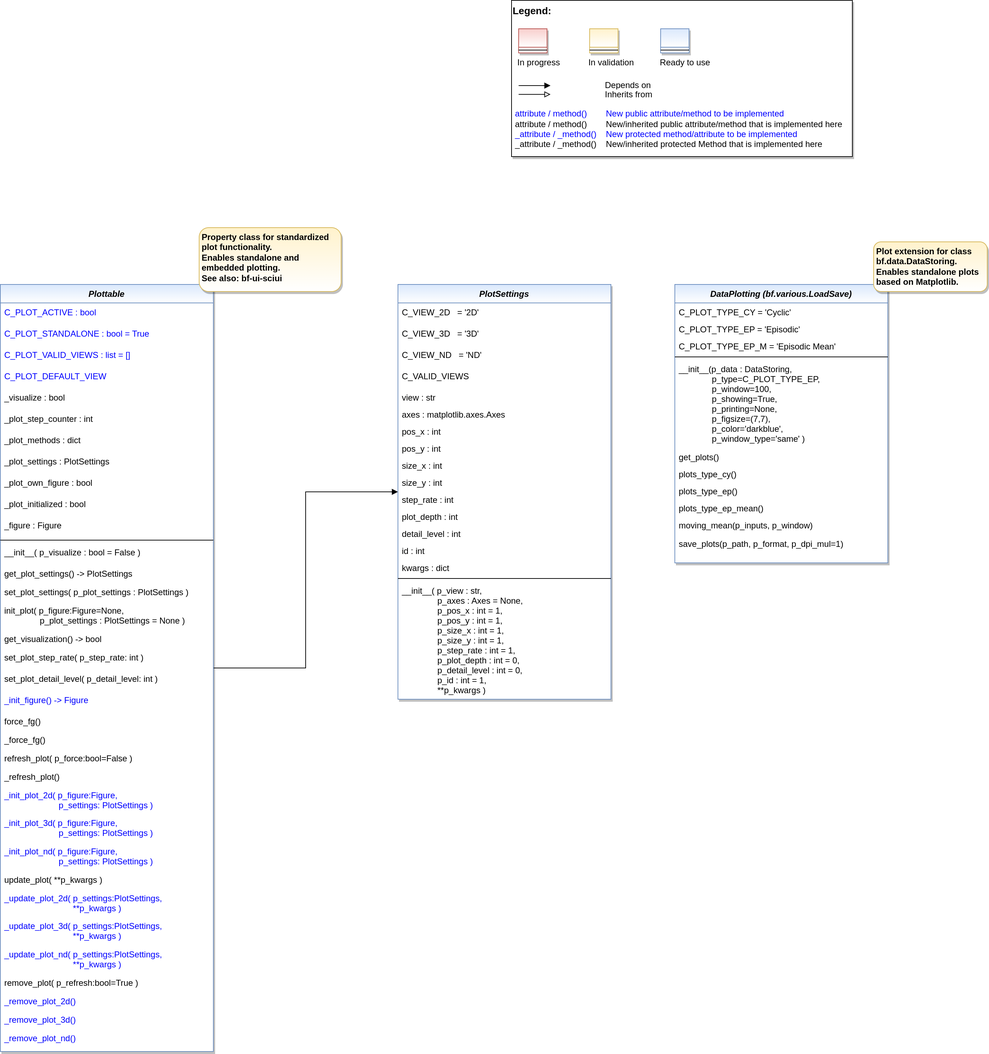
This is doc/rtd/content/99_appendices/appendix2/sub/core/mlpro_bf/layer0_elementary/images/MLPro-BF-Plot_class_diagram.drawio.png from fhswf/MLPro, a draw.io export, as it was before one commit. Source tidied: cells renumbered, new cells last; positions are measured from the earlier drawing's top-left corner, leaving out a move shared by most shapes.
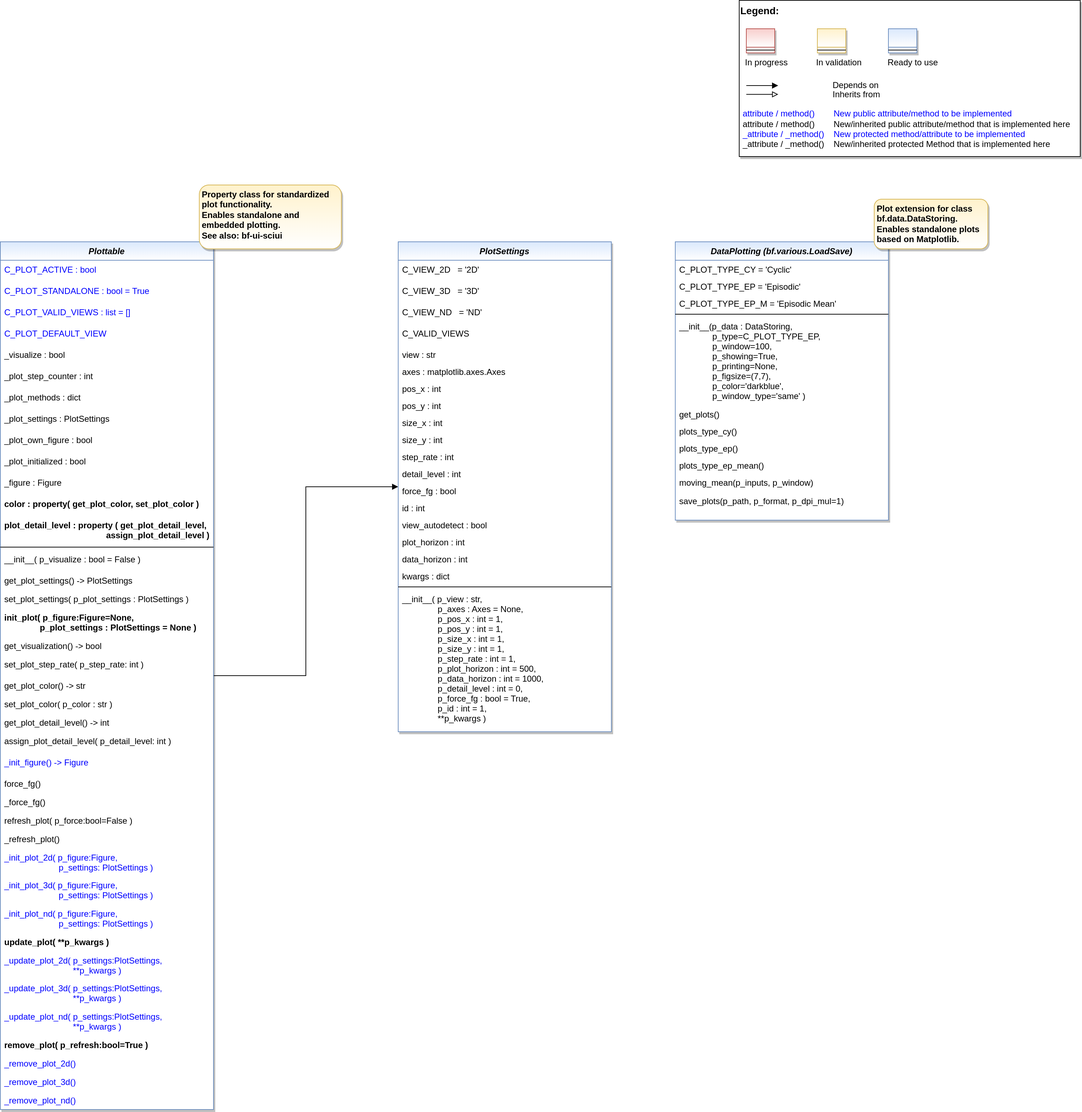
Above is the later version.

What changed in the source:
```diff
@@ -6,7 +6,7 @@
       <mxGeometry relative="1" as="geometry" />
     </mxCell>
     <mxCell id="3" value="Plottable" style="swimlane;fontStyle=3;align=center;verticalAlign=top;horizontal=1;startSize=26;rounded=0;shadow=1;strokeWidth=1;fillColor=#dae8fc;strokeColor=#6c8ebf;swimlaneFillColor=#FFFFFF;gradientColor=#FFFFFF;" parent="1" vertex="1">
-      <mxGeometry y="400" width="300" height="1080" as="geometry" />
+      <mxGeometry y="400" width="300" height="1222" as="geometry" />
     </mxCell>
     <mxCell id="4" value="C_PLOT_ACTIVE : bool " style="text;align=left;verticalAlign=top;spacingLeft=4;spacingRight=4;overflow=hidden;fontColor=#0000FF;" parent="3" vertex="1">
       <mxGeometry y="26" width="300" height="30" as="geometry" />
@@ -41,80 +41,95 @@
     <mxCell id="14" value="_figure : Figure" style="text;align=left;verticalAlign=top;spacingLeft=4;spacingRight=4;overflow=hidden;fontColor=default;" parent="3" vertex="1">
       <mxGeometry y="326" width="300" height="30" as="geometry" />
     </mxCell>
+    <mxCell id="81" value="color : property( get_plot_color, set_plot_color )" style="text;align=left;verticalAlign=top;spacingLeft=4;spacingRight=4;overflow=hidden;fontColor=default;fontStyle=1;" parent="3" vertex="1">
+      <mxGeometry y="356" width="300" height="30" as="geometry" />
+    </mxCell>
+    <mxCell id="82" value="plot_detail_level : property ( get_plot_detail_level,&#10;                                           assign_plot_detail_level )" style="text;align=left;verticalAlign=top;spacingLeft=4;spacingRight=4;overflow=hidden;fontColor=default;fontStyle=1;" parent="3" vertex="1">
+      <mxGeometry y="386" width="300" height="40" as="geometry" />
+    </mxCell>
     <mxCell id="15" style="line;html=1;strokeWidth=1;align=left;verticalAlign=middle;spacingTop=-1;spacingLeft=3;spacingRight=3;labelPosition=right;" parent="3" vertex="1">
-      <mxGeometry y="356" width="300" height="8" as="geometry" />
+      <mxGeometry y="426" width="300" height="8" as="geometry" />
     </mxCell>
     <mxCell id="16" value="__init__( p_visualize : bool = False )" style="text;align=left;verticalAlign=top;spacingLeft=4;spacingRight=4;overflow=hidden;fontColor=default;" parent="3" vertex="1">
-      <mxGeometry y="364" width="300" height="30" as="geometry" />
+      <mxGeometry y="434" width="300" height="30" as="geometry" />
     </mxCell>
     <mxCell id="17" value="get_plot_settings() -&gt; PlotSettings" style="text;align=left;verticalAlign=top;spacingLeft=4;spacingRight=4;overflow=hidden;fontColor=default;" parent="3" vertex="1">
-      <mxGeometry y="394" width="300" height="26" as="geometry" />
+      <mxGeometry y="464" width="300" height="26" as="geometry" />
     </mxCell>
     <mxCell id="18" value="set_plot_settings( p_plot_settings : PlotSettings )" style="text;align=left;verticalAlign=top;spacingLeft=4;spacingRight=4;overflow=hidden;fontColor=default;" parent="3" vertex="1">
-      <mxGeometry y="420" width="300" height="26" as="geometry" />
+      <mxGeometry y="490" width="300" height="26" as="geometry" />
     </mxCell>
-    <mxCell id="19" value="init_plot( p_figure:Figure=None, &#10;               p_plot_settings : PlotSettings = None )" style="text;align=left;verticalAlign=top;spacingLeft=4;spacingRight=4;overflow=hidden;fontColor=default;" parent="3" vertex="1">
-      <mxGeometry y="446" width="300" height="40" as="geometry" />
+    <mxCell id="19" value="init_plot( p_figure:Figure=None, &#10;               p_plot_settings : PlotSettings = None )" style="text;align=left;verticalAlign=top;spacingLeft=4;spacingRight=4;overflow=hidden;fontColor=default;fontStyle=1;" parent="3" vertex="1">
+      <mxGeometry y="516" width="300" height="40" as="geometry" />
     </mxCell>
     <mxCell id="20" value="get_visualization() -&gt; bool" style="text;align=left;verticalAlign=top;spacingLeft=4;spacingRight=4;overflow=hidden;fontColor=default;" parent="3" vertex="1">
-      <mxGeometry y="486" width="300" height="26" as="geometry" />
+      <mxGeometry y="556" width="300" height="26" as="geometry" />
     </mxCell>
     <mxCell id="21" value="set_plot_step_rate( p_step_rate: int )" style="text;align=left;verticalAlign=top;spacingLeft=4;spacingRight=4;overflow=hidden;fontColor=default;" parent="3" vertex="1">
-      <mxGeometry y="512" width="300" height="30" as="geometry" />
+      <mxGeometry y="582" width="300" height="30" as="geometry" />
     </mxCell>
+    <mxCell id="83" value="get_plot_color() -&gt; str" style="text;align=left;verticalAlign=top;spacingLeft=4;spacingRight=4;overflow=hidden;fontColor=default;" parent="3" vertex="1">
+      <mxGeometry y="612" width="300" height="26" as="geometry" />
+    </mxCell>
+    <mxCell id="84" value="set_plot_color( p_color : str )" style="text;align=left;verticalAlign=top;spacingLeft=4;spacingRight=4;overflow=hidden;fontColor=default;" parent="3" vertex="1">
+      <mxGeometry y="638" width="300" height="26" as="geometry" />
+    </mxCell>
+    <mxCell id="85" value="get_plot_detail_level() -&gt; int" style="text;align=left;verticalAlign=top;spacingLeft=4;spacingRight=4;overflow=hidden;fontColor=default;" parent="3" vertex="1">
+      <mxGeometry y="664" width="300" height="26" as="geometry" />
+    </mxCell>
-    <mxCell id="22" value="set_plot_detail_level( p_detail_level: int )" style="text;align=left;verticalAlign=top;spacingLeft=4;spacingRight=4;overflow=hidden;fontColor=default;" parent="3" vertex="1">
-      <mxGeometry y="542" width="300" height="30" as="geometry" />
+    <mxCell id="22" value="assign_plot_detail_level( p_detail_level: int )" style="text;align=left;verticalAlign=top;spacingLeft=4;spacingRight=4;overflow=hidden;fontColor=default;" parent="3" vertex="1">
+      <mxGeometry y="690" width="300" height="30" as="geometry" />
     </mxCell>
     <mxCell id="23" value="_init_figure() -&gt; Figure" style="text;align=left;verticalAlign=top;spacingLeft=4;spacingRight=4;overflow=hidden;fontColor=#0000FF;" parent="3" vertex="1">
-      <mxGeometry y="572" width="300" height="30" as="geometry" />
+      <mxGeometry y="720" width="300" height="30" as="geometry" />
     </mxCell>
     <mxCell id="24" value="force_fg()" style="text;align=left;verticalAlign=top;spacingLeft=4;spacingRight=4;overflow=hidden;fontColor=default;" parent="3" vertex="1">
-      <mxGeometry y="602" width="300" height="26" as="geometry" />
+      <mxGeometry y="750" width="300" height="26" as="geometry" />
     </mxCell>
     <mxCell id="25" value="_force_fg()" style="text;align=left;verticalAlign=top;spacingLeft=4;spacingRight=4;overflow=hidden;fontColor=default;" parent="3" vertex="1">
-      <mxGeometry y="628" width="300" height="26" as="geometry" />
+      <mxGeometry y="776" width="300" height="26" as="geometry" />
     </mxCell>
     <mxCell id="26" value="refresh_plot( p_force:bool=False )" style="text;align=left;verticalAlign=top;spacingLeft=4;spacingRight=4;overflow=hidden;fontColor=default;" parent="3" vertex="1">
-      <mxGeometry y="654" width="300" height="26" as="geometry" />
+      <mxGeometry y="802" width="300" height="26" as="geometry" />
     </mxCell>
     <mxCell id="27" value="_refresh_plot()" style="text;align=left;verticalAlign=top;spacingLeft=4;spacingRight=4;overflow=hidden;fontColor=default;" parent="3" vertex="1">
-      <mxGeometry y="680" width="300" height="26" as="geometry" />
+      <mxGeometry y="828" width="300" height="26" as="geometry" />
     </mxCell>
     <mxCell id="28" value="_init_plot_2d( p_figure:Figure, &#10;                       p_settings: PlotSettings )" style="text;align=left;verticalAlign=top;spacingLeft=4;spacingRight=4;overflow=hidden;fontColor=#0000FF;" parent="3" vertex="1">
-      <mxGeometry y="706" width="300" height="39" as="geometry" />
+      <mxGeometry y="854" width="300" height="39" as="geometry" />
     </mxCell>
     <mxCell id="29" value="_init_plot_3d( p_figure:Figure, &#10;                       p_settings: PlotSettings )" style="text;align=left;verticalAlign=top;spacingLeft=4;spacingRight=4;overflow=hidden;fontColor=#0000FF;" parent="3" vertex="1">
-      <mxGeometry y="745" width="300" height="40" as="geometry" />
+      <mxGeometry y="893" width="300" height="40" as="geometry" />
     </mxCell>
     <mxCell id="30" value="_init_plot_nd( p_figure:Figure, &#10;                       p_settings: PlotSettings )" style="text;align=left;verticalAlign=top;spacingLeft=4;spacingRight=4;overflow=hidden;fontColor=#0000FF;" parent="3" vertex="1">
-      <mxGeometry y="785" width="300" height="40" as="geometry" />
+      <mxGeometry y="933" width="300" height="40" as="geometry" />
     </mxCell>
-    <mxCell id="31" value="update_plot( **p_kwargs )" style="text;align=left;verticalAlign=top;spacingLeft=4;spacingRight=4;overflow=hidden;fontColor=default;" parent="3" vertex="1">
-      <mxGeometry y="825" width="300" height="26" as="geometry" />
+    <mxCell id="31" value="update_plot( **p_kwargs )" style="text;align=left;verticalAlign=top;spacingLeft=4;spacingRight=4;overflow=hidden;fontColor=default;fontStyle=1;" parent="3" vertex="1">
+      <mxGeometry y="973" width="300" height="26" as="geometry" />
     </mxCell>
     <mxCell id="32" value="_update_plot_2d( p_settings:PlotSettings,&#10;                             **p_kwargs )" style="text;align=left;verticalAlign=top;spacingLeft=4;spacingRight=4;overflow=hidden;fontColor=#0000FF;" parent="3" vertex="1">
-      <mxGeometry y="851" width="300" height="39" as="geometry" />
+      <mxGeometry y="999" width="300" height="39" as="geometry" />
     </mxCell>
     <mxCell id="33" value="_update_plot_3d( p_settings:PlotSettings,&#10;                             **p_kwargs )" style="text;align=left;verticalAlign=top;spacingLeft=4;spacingRight=4;overflow=hidden;fontColor=#0000FF;" parent="3" vertex="1">
-      <mxGeometry y="890" width="300" height="40" as="geometry" />
+      <mxGeometry y="1038" width="300" height="40" as="geometry" />
     </mxCell>
     <mxCell id="34" value="_update_plot_nd( p_settings:PlotSettings,&#10;                             **p_kwargs )" style="text;align=left;verticalAlign=top;spacingLeft=4;spacingRight=4;overflow=hidden;fontColor=#0000FF;" parent="3" vertex="1">
-      <mxGeometry y="930" width="300" height="40" as="geometry" />
+      <mxGeometry y="1078" width="300" height="40" as="geometry" />
     </mxCell>
-    <mxCell id="35" value="remove_plot( p_refresh:bool=True )" style="text;align=left;verticalAlign=top;spacingLeft=4;spacingRight=4;overflow=hidden;fontColor=default;" parent="3" vertex="1">
-      <mxGeometry y="970" width="300" height="26" as="geometry" />
+    <mxCell id="35" value="remove_plot( p_refresh:bool=True )" style="text;align=left;verticalAlign=top;spacingLeft=4;spacingRight=4;overflow=hidden;fontColor=default;fontStyle=1;" parent="3" vertex="1">
+      <mxGeometry y="1118" width="300" height="26" as="geometry" />
     </mxCell>
     <mxCell id="36" value="_remove_plot_2d()" style="text;align=left;verticalAlign=top;spacingLeft=4;spacingRight=4;overflow=hidden;fontColor=#0000FF;" parent="3" vertex="1">
-      <mxGeometry y="996" width="300" height="26" as="geometry" />
+      <mxGeometry y="1144" width="300" height="26" as="geometry" />
     </mxCell>
     <mxCell id="37" value="_remove_plot_3d()" style="text;align=left;verticalAlign=top;spacingLeft=4;spacingRight=4;overflow=hidden;fontColor=#0000FF;" parent="3" vertex="1">
-      <mxGeometry y="1022" width="300" height="26" as="geometry" />
+      <mxGeometry y="1170" width="300" height="26" as="geometry" />
     </mxCell>
     <mxCell id="38" value="_remove_plot_nd()" style="text;align=left;verticalAlign=top;spacingLeft=4;spacingRight=4;overflow=hidden;fontColor=#0000FF;" parent="3" vertex="1">
-      <mxGeometry y="1048" width="300" height="26" as="geometry" />
+      <mxGeometry y="1196" width="300" height="26" as="geometry" />
     </mxCell>
     <mxCell id="39" style="group;" parent="1" vertex="1">
-      <mxGeometry x="720" width="480" height="220" as="geometry" />
+      <mxGeometry x="1040" y="60" width="480" height="220" as="geometry" />
     </mxCell>
     <mxCell id="40" value="&lt;font color=&quot;#000000&quot; size=&quot;1&quot;&gt;&lt;b style=&quot;font-size: 14px&quot;&gt;Legend:&lt;br&gt;&lt;/b&gt;&lt;/font&gt;&lt;br&gt;&lt;br&gt;&lt;br&gt;&lt;font color=&quot;#0000ff&quot; style=&quot;font-size: 6px&quot;&gt;&lt;br&gt;&lt;/font&gt;&lt;span style=&quot;color: rgb(0 , 0 , 0)&quot;&gt;&lt;font style=&quot;font-size: 4px&quot;&gt;&amp;nbsp; &amp;nbsp;&lt;/font&gt;&amp;nbsp;In progress&amp;nbsp; &amp;nbsp; &amp;nbsp; &amp;nbsp; &amp;nbsp; &amp;nbsp; In validation&amp;nbsp; &amp;nbsp; &amp;nbsp; &amp;nbsp; &amp;nbsp; &amp;nbsp;Ready to use&lt;/span&gt;&lt;font color=&quot;#000000&quot;&gt;&amp;nbsp;&lt;br&gt;&lt;/font&gt;&lt;font color=&quot;#0000ff&quot;&gt;&lt;br&gt;&lt;br&gt;&lt;br&gt;&lt;br&gt;&amp;nbsp;attribute / method()&amp;nbsp; &amp;nbsp; &amp;nbsp; &amp;nbsp; New public attribute/method to be implemented&lt;/font&gt;&lt;br&gt;&lt;font color=&quot;#000000&quot;&gt;&amp;nbsp;&lt;/font&gt;&lt;font color=&quot;#000000&quot;&gt;attribute / method()&lt;span&gt;&#9;&lt;/span&gt;&amp;nbsp; &amp;nbsp; &amp;nbsp; &amp;nbsp;New/inherited public attribute/method that is implemented here&lt;br&gt;&lt;/font&gt;&lt;font color=&quot;#0000ff&quot;&gt;&amp;nbsp;_attribute /&amp;nbsp;&lt;/font&gt;&lt;font color=&quot;#0000ff&quot;&gt;_method()&amp;nbsp; &amp;nbsp; New protected method/attribute to be implemented&lt;/font&gt;&lt;br&gt;&lt;font color=&quot;#000000&quot;&gt;&amp;nbsp;_attribute / _method()&amp;nbsp; &amp;nbsp; New/inherited protected Method that is implemented here&lt;br&gt;&lt;/font&gt;&lt;font color=&quot;#000000&quot;&gt;&lt;br&gt;&lt;br&gt;&lt;br&gt;&lt;br&gt;&lt;br&gt;&lt;/font&gt;" style="text;html=1;align=left;verticalAlign=top;whiteSpace=wrap;rounded=0;fontColor=#006600;strokeColor=#000000;shadow=1;fillColor=#ffffff;" parent="39" vertex="1">
       <mxGeometry width="480" height="220" as="geometry" />
@@ -197,7 +212,7 @@
       <mxGeometry x="1230" y="340" width="160" height="70" as="geometry" />
     </mxCell>
     <mxCell id="63" value="PlotSettings" style="swimlane;fontStyle=3;align=center;verticalAlign=top;horizontal=1;startSize=26;rounded=0;shadow=1;strokeWidth=1;fillColor=#dae8fc;strokeColor=#6c8ebf;swimlaneFillColor=#FFFFFF;gradientColor=#FFFFFF;" parent="1" vertex="1">
-      <mxGeometry x="560" y="400" width="300" height="584" as="geometry" />
+      <mxGeometry x="560" y="400" width="300" height="690" as="geometry" />
     </mxCell>
     <mxCell id="64" value="C_VIEW_2D   = '2D'" style="text;align=left;verticalAlign=top;spacingLeft=4;spacingRight=4;overflow=hidden;fontColor=default;" parent="63" vertex="1">
       <mxGeometry y="26" width="300" height="30" as="geometry" />
@@ -232,23 +247,32 @@
     <mxCell id="74" value="step_rate : int" style="text;align=left;verticalAlign=top;spacingLeft=4;spacingRight=4;overflow=hidden;" parent="63" vertex="1">
       <mxGeometry y="290" width="300" height="24" as="geometry" />
     </mxCell>
-    <mxCell id="75" value="plot_depth : int" style="text;align=left;verticalAlign=top;spacingLeft=4;spacingRight=4;overflow=hidden;" parent="63" vertex="1">
-      <mxGeometry y="314" width="300" height="24" as="geometry" />
-    </mxCell>
     <mxCell id="76" value="detail_level : int" style="text;align=left;verticalAlign=top;spacingLeft=4;spacingRight=4;overflow=hidden;" parent="63" vertex="1">
-      <mxGeometry y="338" width="300" height="24" as="geometry" />
+      <mxGeometry y="314" width="300" height="24" as="geometry" />
     </mxCell>
+    <mxCell id="86" value="force_fg : bool" style="text;align=left;verticalAlign=top;spacingLeft=4;spacingRight=4;overflow=hidden;" parent="63" vertex="1">
+      <mxGeometry y="338" width="300" height="24" as="geometry" />
+    </mxCell>
     <mxCell id="77" value="id : int" style="text;align=left;verticalAlign=top;spacingLeft=4;spacingRight=4;overflow=hidden;" parent="63" vertex="1">
       <mxGeometry y="362" width="300" height="24" as="geometry" />
     </mxCell>
+    <mxCell id="87" value="view_autodetect : bool" style="text;align=left;verticalAlign=top;spacingLeft=4;spacingRight=4;overflow=hidden;" parent="63" vertex="1">
+      <mxGeometry y="386" width="300" height="24" as="geometry" />
+    </mxCell>
+    <mxCell id="88" value="plot_horizon : int" style="text;align=left;verticalAlign=top;spacingLeft=4;spacingRight=4;overflow=hidden;" parent="63" vertex="1">
+      <mxGeometry y="410" width="300" height="24" as="geometry" />
+    </mxCell>
+    <mxCell id="89" value="data_horizon : int" style="text;align=left;verticalAlign=top;spacingLeft=4;spacingRight=4;overflow=hidden;" parent="63" vertex="1">
+      <mxGeometry y="434" width="300" height="24" as="geometry" />
+    </mxCell>
     <mxCell id="78" value="kwargs : dict" style="text;align=left;verticalAlign=top;spacingLeft=4;spacingRight=4;overflow=hidden;" parent="63" vertex="1">
-      <mxGeometry y="386" width="300" height="24" as="geometry" />
+      <mxGeometry y="458" width="300" height="24" as="geometry" />
     </mxCell>
     <mxCell id="79" style="line;html=1;strokeWidth=1;align=left;verticalAlign=middle;spacingTop=-1;spacingLeft=3;spacingRight=3;labelPosition=right;" parent="63" vertex="1">
-      <mxGeometry y="410" width="300" height="8" as="geometry" />
+      <mxGeometry y="482" width="300" height="8" as="geometry" />
     </mxCell>
-    <mxCell id="80" value="__init__( p_view : str, &#10;               p_axes : Axes = None, &#10;               p_pos_x : int = 1,&#10;               p_pos_y : int = 1,&#10;               p_size_x : int = 1,&#10;               p_size_y : int = 1,&#10;               p_step_rate : int = 1,&#10;               p_plot_depth : int = 0,&#10;               p_detail_level : int = 0,&#10;               p_id : int = 1,&#10;               **p_kwargs )" style="text;align=left;verticalAlign=top;spacingLeft=4;spacingRight=4;overflow=hidden;" parent="63" vertex="1">
-      <mxGeometry y="418" width="300" height="166" as="geometry" />
+    <mxCell id="80" value="__init__( p_view : str, &#10;               p_axes : Axes = None, &#10;               p_pos_x : int = 1,&#10;               p_pos_y : int = 1,&#10;               p_size_x : int = 1,&#10;               p_size_y : int = 1,&#10;               p_step_rate : int = 1,&#10;               p_plot_horizon : int = 500,&#10;               p_data_horizon : int = 1000,&#10;               p_detail_level : int = 0,&#10;               p_force_fg : bool = True,&#10;               p_id : int = 1,&#10;               **p_kwargs )" style="text;align=left;verticalAlign=top;spacingLeft=4;spacingRight=4;overflow=hidden;" parent="63" vertex="1">
+      <mxGeometry y="490" width="300" height="190" as="geometry" />
     </mxCell>
   </root>
 </mxGraphModel>
```
